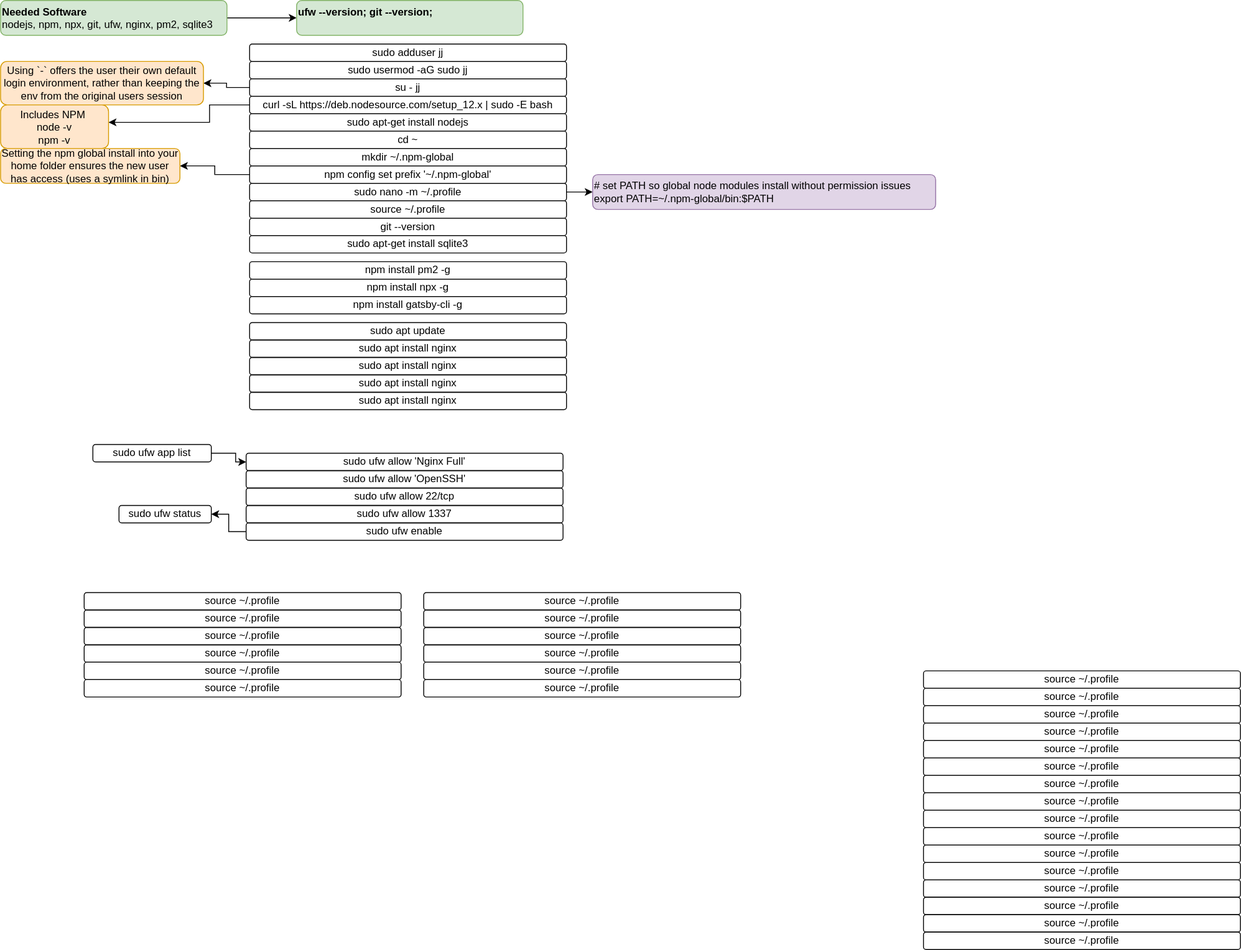
This is svg/nginx-production.svg from clementsjj/strapsby, a draw.io export, as it was before one commit. Source tidied: cells renumbered, new cells last; positions are measured from the earlier drawing's top-left corner, leaving out a move shared by most shapes.
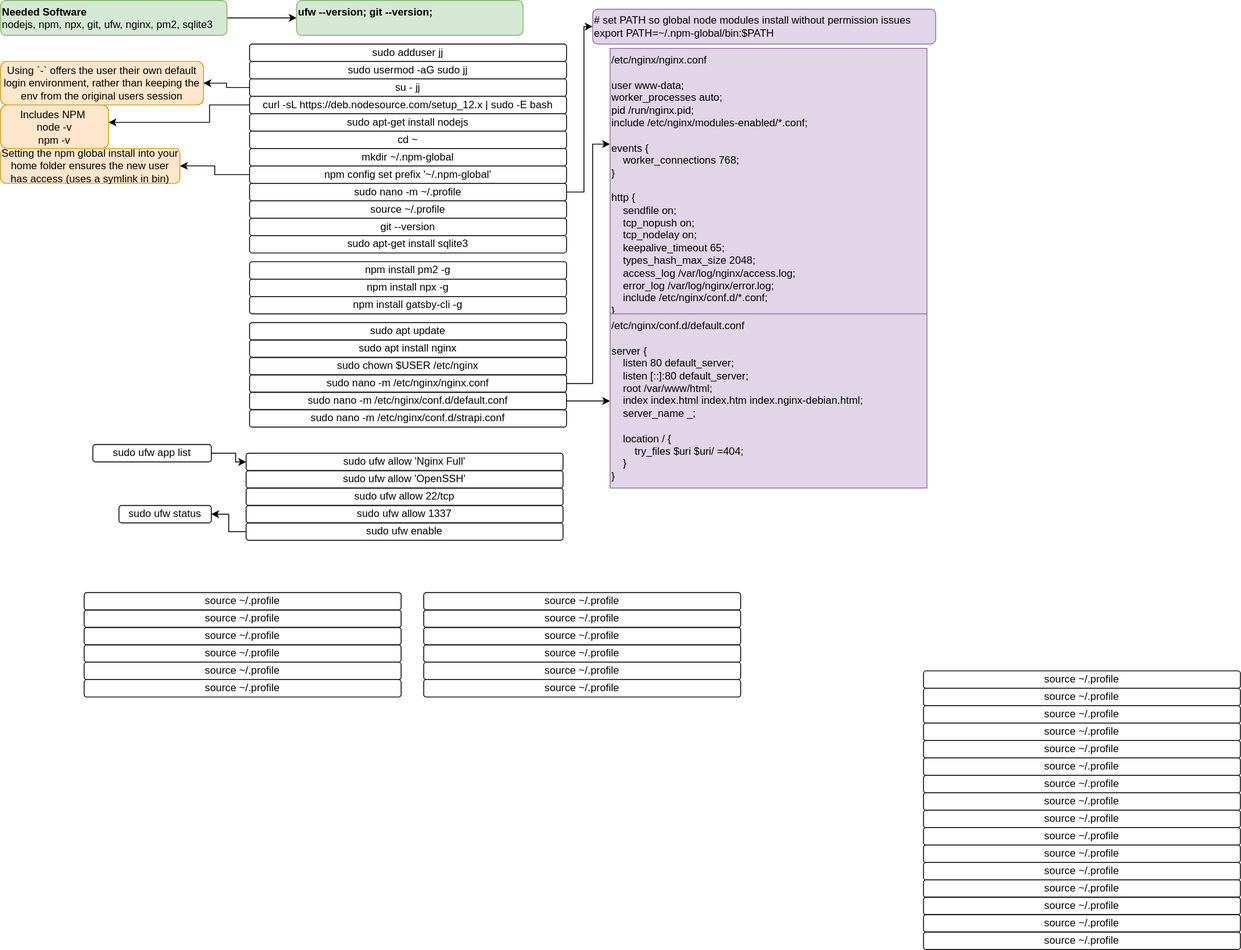
Above is the later version.

What changed in the source:
```diff
@@ -59,13 +59,18 @@
       <mxGeometry y="170" width="206" height="40" as="geometry" />
     </mxCell>
     <mxCell id="19" style="edgeStyle=orthogonalEdgeStyle;rounded=0;jettySize=auto;html=1;fontFamily=Helvetica;" parent="1" edge="1" source="20" target="21">
-      <mxGeometry relative="1" as="geometry" />
+      <mxGeometry relative="1" as="geometry">
+        <Array as="points">
+          <mxPoint x="670" y="220" />
+          <mxPoint x="670" y="30" />
+        </Array>
+      </mxGeometry>
     </mxCell>
     <mxCell id="20" value="sudo nano -m ~/.profile" style="text;html=1;strokeColor=#000000;fillColor=none;align=center;verticalAlign=middle;whiteSpace=wrap;rounded=1;glass=0;" parent="1" vertex="1">
       <mxGeometry x="286" y="210" width="364" height="20" as="geometry" />
     </mxCell>
     <mxCell id="21" value="# set PATH so global node modules install without permission issues&#10;export PATH=~/.npm-global/bin:$PATH" style="text;strokeColor=#9673a6;fillColor=#e1d5e7;align=left;verticalAlign=middle;whiteSpace=wrap;rounded=1;glass=0;" parent="1" vertex="1">
-      <mxGeometry x="680" y="200" width="394" height="40" as="geometry" />
+      <mxGeometry x="680" y="10" width="394" height="40" as="geometry" />
     </mxCell>
     <mxCell id="22" value="source ~/.profile" style="text;html=1;strokeColor=#000000;fillColor=none;align=center;verticalAlign=middle;whiteSpace=wrap;rounded=1;glass=0;" parent="1" vertex="1">
       <mxGeometry x="286" y="230" width="364" height="20" as="geometry" />
@@ -210,14 +215,35 @@
     <mxCell id="67" value="source ~/.profile" style="text;html=1;strokeColor=#000000;fillColor=none;align=center;verticalAlign=middle;whiteSpace=wrap;rounded=1;glass=0;" parent="1" vertex="1">
       <mxGeometry x="486" y="780" width="364" height="20" as="geometry" />
     </mxCell>
-    <mxCell id="68" value="sudo apt install nginx" style="text;html=1;strokeColor=#000000;fillColor=none;align=center;verticalAlign=middle;whiteSpace=wrap;rounded=1;glass=0;" parent="1" vertex="1">
+    <mxCell id="68" value="sudo chown $USER /etc/nginx" style="text;html=1;strokeColor=#000000;fillColor=none;align=center;verticalAlign=middle;whiteSpace=wrap;rounded=1;glass=0;" parent="1" vertex="1">
       <mxGeometry x="286" y="410" width="364" height="20" as="geometry" />
     </mxCell>
+    <mxCell id="71" style="edgeStyle=orthogonalEdgeStyle;rounded=0;jettySize=auto;html=1;fontFamily=Helvetica;" parent="1" edge="1" source="69">
+      <mxGeometry relative="1" as="geometry">
+        <mxPoint x="700" y="165" as="targetPoint" />
+        <Array as="points">
+          <mxPoint x="680" y="440" />
+          <mxPoint x="680" y="165" />
+        </Array>
+      </mxGeometry>
+    </mxCell>
-    <mxCell id="69" value="sudo apt install nginx" style="text;html=1;strokeColor=#000000;fillColor=none;align=center;verticalAlign=middle;whiteSpace=wrap;rounded=1;glass=0;" parent="1" vertex="1">
+    <mxCell id="69" value="sudo nano -m /etc/nginx/nginx.conf" style="text;html=1;strokeColor=#000000;fillColor=none;align=center;verticalAlign=middle;whiteSpace=wrap;rounded=1;glass=0;" parent="1" vertex="1">
       <mxGeometry x="286" y="430" width="364" height="20" as="geometry" />
     </mxCell>
+    <mxCell id="72" value="/etc/nginx/nginx.conf&#10;&#10;user www-data;&#10;worker_processes auto;&#10;pid /run/nginx.pid;&#10;include /etc/nginx/modules-enabled/*.conf;&#10;&#10;events {&#10;    worker_connections 768;&#10;}&#10;&#10;http {&#10;    sendfile on;&#10;    tcp_nopush on;&#10;    tcp_nodelay on;&#10;    keepalive_timeout 65;&#10;    types_hash_max_size 2048;&#10;    access_log /var/log/nginx/access.log;&#10;    error_log /var/log/nginx/error.log;&#10;    include /etc/nginx/conf.d/*.conf;&#10;}&#10;&#10;" style="text;strokeColor=#9673a6;fillColor=#e1d5e7;align=left;verticalAlign=top;whiteSpace=wrap;rounded=0;glass=0;spacingLeft=0;" parent="1" vertex="1">
+      <mxGeometry x="700" y="55" width="364" height="305" as="geometry" />
+    </mxCell>
+    <mxCell id="73" style="edgeStyle=orthogonalEdgeStyle;rounded=0;jettySize=auto;html=1;fontFamily=Helvetica;" parent="1" edge="1" source="70" target="74">
+      <mxGeometry relative="1" as="geometry" />
+    </mxCell>
-    <mxCell id="70" value="sudo apt install nginx" style="text;html=1;strokeColor=#000000;fillColor=none;align=center;verticalAlign=middle;whiteSpace=wrap;rounded=1;glass=0;" parent="1" vertex="1">
+    <mxCell id="70" value="sudo nano -m /etc/nginx/conf.d/default.conf" style="text;html=1;strokeColor=#000000;fillColor=none;align=center;verticalAlign=middle;whiteSpace=wrap;rounded=1;glass=0;" parent="1" vertex="1">
       <mxGeometry x="286" y="450" width="364" height="20" as="geometry" />
     </mxCell>
+    <mxCell id="74" value="/etc/nginx/conf.d/default.conf&#10;&#10;server {&#10;    listen 80 default_server;&#10;    listen [::]:80 default_server;&#10;    root /var/www/html;&#10;    index index.html index.htm index.nginx-debian.html;&#10;    server_name _;&#10;    &#10;    location / {&#10;        try_files $uri $uri/ =404;&#10;    }&#10;}" style="text;strokeColor=#9673a6;fillColor=#e1d5e7;align=left;verticalAlign=top;whiteSpace=wrap;rounded=0;glass=0;" parent="1" vertex="1">
+      <mxGeometry x="700" y="360" width="364" height="200" as="geometry" />
+    </mxCell>
+    <mxCell id="75" value="sudo nano -m /etc/nginx/conf.d/strapi.conf" style="text;html=1;strokeColor=#000000;fillColor=none;align=center;verticalAlign=middle;whiteSpace=wrap;rounded=1;glass=0;" parent="1" vertex="1">
+      <mxGeometry x="286" y="470" width="364" height="20" as="geometry" />
+    </mxCell>
   </root>
 </mxGraphModel>
```
